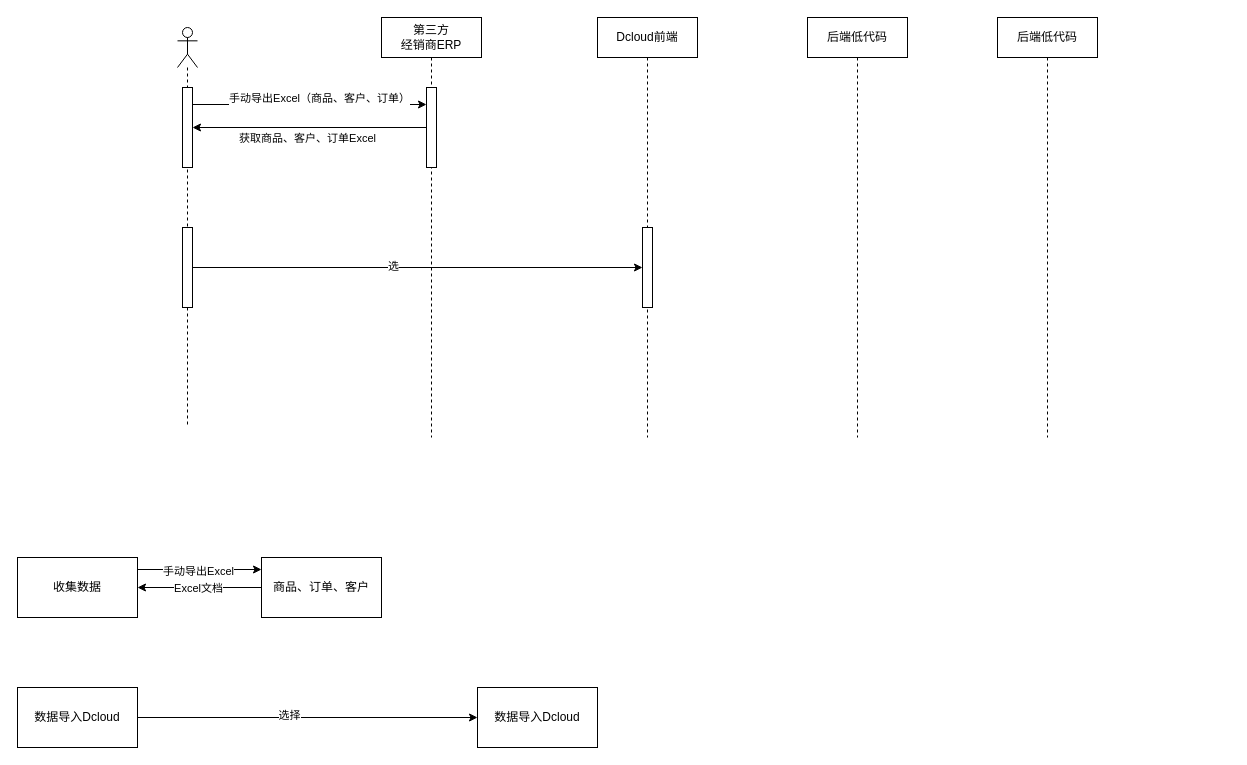
Earlier version of the draw.io diagram 【0409】经销商ERP数据导入.drawio (18857545022/-). Source tidied: cells renumbered, new cells numbered last; positions are measured from the earlier drawing's top-left corner, leaving out a move shared by most shapes. Both pictures are drawn from the tidied source at 100%, with x=0, y=0 at pixel (17, 17).
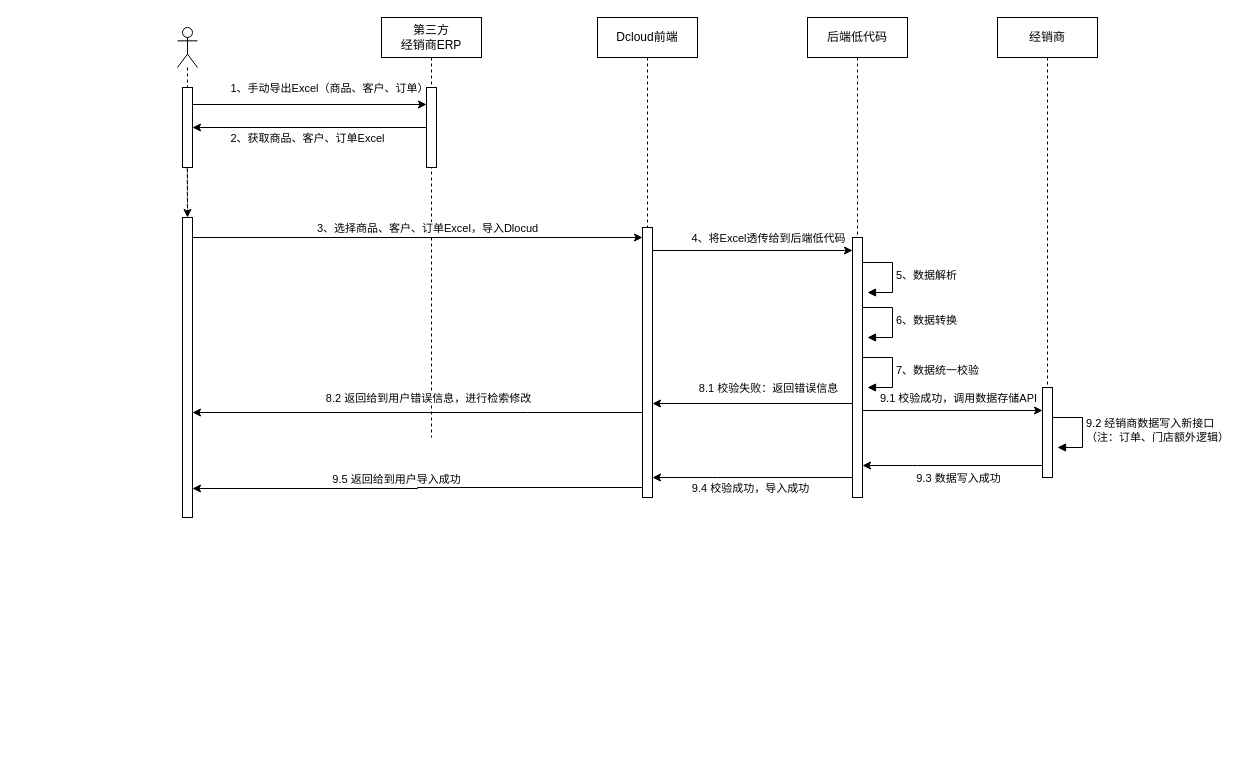
Above is the later version.

Commit message (it also covers changes not shown here):
更新【0409】经销商ERP数据导入.drawio

Unchanged cells that the change refers to:
```xml
<mxCell id="17" style="edgeStyle=orthogonalEdgeStyle;rounded=0;orthogonalLoop=1;jettySize=auto;html=1;curved=0;" parent="1" edge="1">
  <mxGeometry relative="1" as="geometry">
    <mxPoint x="175" y="87" as="sourcePoint" />
    <mxPoint x="409" y="87" as="targetPoint" />
  </mxGeometry>
</mxCell>
<mxCell id="20" style="edgeStyle=orthogonalEdgeStyle;rounded=0;jettySize=auto;html=1;curved=0;" parent="1" edge="1" source="22" target="19">
  <mxGeometry relative="1" as="geometry" />
</mxCell>
```

What changed in the source:
```diff
@@
-    <mxCell id="5" style="edgeStyle=orthogonalEdgeStyle;rounded=0;orthogonalLoop=1;jettySize=auto;html=1;" parent="1" edge="1">
-      <mxGeometry relative="1" as="geometry">
-        <mxPoint x="120" y="552" as="sourcePoint" />
-        <mxPoint x="244" y="552" as="targetPoint" />
-      </mxGeometry>
-    </mxCell>
-    <mxCell id="6" value="手动导出Excel" style="edgeLabel;html=1;align=center;verticalAlign=middle;" parent="5" vertex="1">
-      <mxGeometry x="-0.21" y="-1" relative="1" as="geometry">
-        <mxPoint x="11" as="offset" />
-      </mxGeometry>
-    </mxCell>
-    <mxCell id="7" value="收集数据" style="rounded=0;whiteSpace=wrap;html=1;" parent="1" vertex="1">
-      <mxGeometry y="540" width="120" height="60" as="geometry" />
-    </mxCell>
-    <mxCell id="8" style="edgeStyle=orthogonalEdgeStyle;rounded=0;jettySize=auto;html=1;exitX=0;exitY=0.5;exitDx=0;exitDy=0;entryX=1;entryY=0.5;entryDx=0;entryDy=0;" parent="1" edge="1" source="10" target="7">
-      <mxGeometry relative="1" as="geometry" />
-    </mxCell>
-    <mxCell id="9" value="Excel文档" style="edgeLabel;html=1;align=center;verticalAlign=middle;" parent="8" vertex="1">
-      <mxGeometry x="0.38" y="1" relative="1" as="geometry">
-        <mxPoint x="22" y="-1" as="offset" />
-      </mxGeometry>
-    </mxCell>
-    <mxCell id="10" value="商品、订单、客户" style="rounded=0;whiteSpace=wrap;html=1;" parent="1" vertex="1">
-      <mxGeometry x="244" y="540" width="120" height="60" as="geometry" />
-    </mxCell>
-    <mxCell id="11" style="edgeStyle=orthogonalEdgeStyle;rounded=0;jettySize=auto;html=1;" parent="1" edge="1" source="13" target="16">
-      <mxGeometry relative="1" as="geometry" />
-    </mxCell>
-    <mxCell id="12" value="选择" style="edgeLabel;html=1;align=center;verticalAlign=middle;" parent="11" vertex="1">
-      <mxGeometry x="-0.11" y="3" relative="1" as="geometry" />
-    </mxCell>
-    <mxCell id="13" value="数据导入Dcloud" style="rounded=0;whiteSpace=wrap;html=1;" parent="1" vertex="1">
-      <mxGeometry y="670" width="120" height="60" as="geometry" />
-    </mxCell>
@@
-    <mxCell id="15" value="后端低代码" style="shape=umlLifeline;perimeter=lifelinePerimeter;whiteSpace=wrap;html=1;newEdgeStyle={&quot;curved&quot;:0,&quot;rounded&quot;:0};" parent="1" vertex="1">
+    <mxCell id="15" value="经销商" style="shape=umlLifeline;perimeter=lifelinePerimeter;whiteSpace=wrap;html=1;newEdgeStyle={&quot;curved&quot;:0,&quot;rounded&quot;:0};" parent="1" vertex="1">
       <mxGeometry x="980" width="100" height="420" as="geometry" />
     </mxCell>
-    <mxCell id="16" value="数据导入Dcloud" style="rounded=0;whiteSpace=wrap;html=1;" parent="1" vertex="1">
-      <mxGeometry x="460" y="670" width="120" height="60" as="geometry" />
-    </mxCell>
@@
-    <mxCell id="18" value="手动导出Excel（商品、客户、订单）" style="edgeLabel;html=1;align=center;verticalAlign=middle;" parent="17" vertex="1">
+    <mxCell id="18" value="1、手动导出Excel（商品、客户、订单）" style="edgeLabel;html=1;align=center;verticalAlign=middle;" parent="17" vertex="1">
       <mxGeometry x="-0.18" y="-2" relative="1" as="geometry">
-        <mxPoint x="30" y="-9" as="offset" />
+        <mxPoint x="40" y="-19" as="offset" />
       </mxGeometry>
     </mxCell>
@@
-    <mxCell id="21" value="获取商品、客户、订单Excel" style="edgeLabel;html=1;align=center;verticalAlign=middle;" parent="20" vertex="1">
+    <mxCell id="21" value="2、获取商品、客户、订单Excel" style="edgeLabel;html=1;align=center;verticalAlign=middle;" parent="20" vertex="1">
       <mxGeometry x="0.39" y="-1" relative="1" as="geometry">
         <mxPoint x="43" y="11" as="offset" />
       </mxGeometry>
     </mxCell>
@@
-    <mxCell id="23" style="edgeStyle=orthogonalEdgeStyle;rounded=0;jettySize=auto;html=1;curved=0;" parent="1" edge="1" source="25" target="26">
-      <mxGeometry relative="1" as="geometry" />
+    <mxCell id="23" style="edgeStyle=orthogonalEdgeStyle;rounded=0;orthogonalLoop=1;jettySize=auto;html=1;curved=0;" parent="1" edge="1">
+      <mxGeometry relative="1" as="geometry">
+        <mxPoint x="175" y="220" as="sourcePoint" />
+        <mxPoint x="625" y="220" as="targetPoint" />
+      </mxGeometry>
     </mxCell>
-    <mxCell id="24" value="选" style="edgeLabel;html=1;align=center;verticalAlign=middle;" parent="23" vertex="1">
-      <mxGeometry x="-0.11" y="2" relative="1" as="geometry" />
-    </mxCell>
-    <mxCell id="25" style="html=1;points=[[0,0,0,0,5],[0,1,0,0,-5],[1,0,0,0,5],[1,1,0,0,-5]];perimeter=orthogonalPerimeter;outlineConnect=0;targetShapes=umlLifeline;portConstraint=eastwest;newEdgeStyle={&quot;curved&quot;:0,&quot;rounded&quot;:0};" parent="1" vertex="1">
-      <mxGeometry x="165" y="210" width="10" height="80" as="geometry" />
-    </mxCell>
+    <mxCell id="27" value="3、选择商品、客户、订单Excel，导入Dlocud" style="edgeLabel;html=1;align=center;verticalAlign=middle;" parent="23" vertex="1">
+      <mxGeometry x="-0.01" y="4" relative="1" as="geometry">
+        <mxPoint x="11" y="-6" as="offset" />
+      </mxGeometry>
+    </mxCell>
+    <mxCell id="28" style="edgeStyle=orthogonalEdgeStyle;rounded=0;orthogonalLoop=1;jettySize=auto;html=1;curved=0;" parent="1" edge="1">
+      <mxGeometry relative="1" as="geometry">
+        <mxPoint x="635" y="233" as="sourcePoint" />
+        <mxPoint x="835" y="233" as="targetPoint" />
+      </mxGeometry>
+    </mxCell>
+    <mxCell id="29" value="4、将Excel透传给到后端低代码" style="edgeLabel;html=1;align=center;verticalAlign=middle;" parent="28" vertex="1">
+      <mxGeometry x="-0.2" y="4" relative="1" as="geometry">
+        <mxPoint x="35" y="-9" as="offset" />
+      </mxGeometry>
+    </mxCell>
+    <mxCell id="30" style="edgeStyle=orthogonalEdgeStyle;rounded=0;jettySize=auto;html=1;curved=0;" parent="1" edge="1" target="42">
+      <mxGeometry relative="1" as="geometry">
+        <mxPoint x="625" y="470" as="sourcePoint" />
+        <Array as="points">
+          <mxPoint x="400" y="471" />
+        </Array>
+      </mxGeometry>
+    </mxCell>
+    <mxCell id="31" value="9.5 返回给到用户导入成功" style="edgeLabel;html=1;align=center;verticalAlign=middle;" parent="30" vertex="1">
+      <mxGeometry x="0.24" y="-1" relative="1" as="geometry">
+        <mxPoint x="32" y="-9" as="offset" />
+      </mxGeometry>
+    </mxCell>
     <mxCell id="26" style="html=1;points=[[0,0,0,0,5],[0,1,0,0,-5],[1,0,0,0,5],[1,1,0,0,-5]];perimeter=orthogonalPerimeter;outlineConnect=0;targetShapes=umlLifeline;portConstraint=eastwest;newEdgeStyle={&quot;curved&quot;:0,&quot;rounded&quot;:0};" parent="1" vertex="1">
-      <mxGeometry x="625" y="210" width="10" height="80" as="geometry" />
+      <mxGeometry x="625" y="210" width="10" height="270" as="geometry" />
     </mxCell>
+    <mxCell id="32" style="edgeStyle=orthogonalEdgeStyle;rounded=0;orthogonalLoop=1;jettySize=auto;html=1;curved=0;" parent="1" edge="1">
+      <mxGeometry relative="1" as="geometry">
+        <mxPoint x="835" y="386" as="sourcePoint" />
+        <mxPoint x="635" y="386" as="targetPoint" />
+      </mxGeometry>
+    </mxCell>
+    <mxCell id="33" value="8.1 校验失败：返回错误信息" style="edgeLabel;html=1;align=center;verticalAlign=middle;" parent="32" vertex="1">
+      <mxGeometry x="0.2" y="2" relative="1" as="geometry">
+        <mxPoint x="35" y="-18" as="offset" />
+      </mxGeometry>
+    </mxCell>
+    <mxCell id="34" style="edgeStyle=orthogonalEdgeStyle;rounded=0;orthogonalLoop=1;jettySize=auto;html=1;curved=0;" parent="1" edge="1">
+      <mxGeometry relative="1" as="geometry">
+        <mxPoint x="845" y="393" as="sourcePoint" />
+        <mxPoint x="1025" y="393" as="targetPoint" />
+      </mxGeometry>
+    </mxCell>
+    <mxCell id="35" value="9.1 校验成功，调用数据存储API" style="edgeLabel;html=1;align=center;verticalAlign=middle;" parent="34" vertex="1">
+      <mxGeometry x="-0.29" y="-1" relative="1" as="geometry">
+        <mxPoint x="31" y="-14" as="offset" />
+      </mxGeometry>
+    </mxCell>
+    <mxCell id="36" style="edgeStyle=orthogonalEdgeStyle;rounded=0;jettySize=auto;html=1;curved=0;" parent="1" edge="1" source="38" target="26">
+      <mxGeometry relative="1" as="geometry">
+        <Array as="points">
+          <mxPoint x="700" y="460" />
+          <mxPoint x="700" y="460" />
+        </Array>
+      </mxGeometry>
+    </mxCell>
+    <mxCell id="37" value="9.4 校验成功，导入成功" style="edgeLabel;html=1;align=center;verticalAlign=middle;" parent="36" vertex="1">
+      <mxGeometry x="0.03" y="-3" relative="1" as="geometry">
+        <mxPoint y="13" as="offset" />
+      </mxGeometry>
+    </mxCell>
+    <mxCell id="38" style="html=1;points=[[0,0,0,0,5],[0,1,0,0,-5],[1,0,0,0,5],[1,1,0,0,-5]];perimeter=orthogonalPerimeter;outlineConnect=0;targetShapes=umlLifeline;portConstraint=eastwest;newEdgeStyle={&quot;curved&quot;:0,&quot;rounded&quot;:0};" parent="1" vertex="1">
+      <mxGeometry x="835" y="220" width="10" height="260" as="geometry" />
+    </mxCell>
+    <mxCell id="39" value="5、数据解析" style="html=1;align=left;spacingLeft=2;endArrow=block;rounded=0;edgeStyle=orthogonalEdgeStyle;curved=0;rounded=0;" parent="1" edge="1">
+      <mxGeometry x="0.02" relative="1" as="geometry">
+        <mxPoint x="845" y="245" as="sourcePoint" />
+        <mxPoint x="850" y="275" as="targetPoint" />
+        <Array as="points">
+          <mxPoint x="875" y="275" />
+        </Array>
+      </mxGeometry>
+    </mxCell>
+    <mxCell id="40" value="6、数据转换" style="html=1;align=left;spacingLeft=2;endArrow=block;rounded=0;edgeStyle=orthogonalEdgeStyle;curved=0;rounded=0;" parent="1" edge="1">
+      <mxGeometry x="0.01" relative="1" as="geometry">
+        <mxPoint x="845" y="290" as="sourcePoint" />
+        <mxPoint x="850" y="320" as="targetPoint" />
+        <Array as="points">
+          <mxPoint x="875" y="320" />
+        </Array>
+      </mxGeometry>
+    </mxCell>
+    <mxCell id="41" value="7、数据统一校验" style="html=1;align=left;spacingLeft=2;endArrow=block;rounded=0;edgeStyle=orthogonalEdgeStyle;curved=0;rounded=0;" parent="1" edge="1">
+      <mxGeometry x="0.01" relative="1" as="geometry">
+        <mxPoint x="845" y="340" as="sourcePoint" />
+        <mxPoint x="850" y="370" as="targetPoint" />
+        <Array as="points">
+          <mxPoint x="875" y="370" />
+        </Array>
+      </mxGeometry>
+    </mxCell>
+    <mxCell id="42" style="html=1;points=[[0,0,0,0,5],[0,1,0,0,-5],[1,0,0,0,5],[1,1,0,0,-5]];perimeter=orthogonalPerimeter;outlineConnect=0;targetShapes=umlLifeline;portConstraint=eastwest;newEdgeStyle={&quot;curved&quot;:0,&quot;rounded&quot;:0};" parent="1" vertex="1">
+      <mxGeometry x="165" y="200" width="10" height="300" as="geometry" />
+    </mxCell>
+    <mxCell id="43" style="edgeStyle=orthogonalEdgeStyle;rounded=0;jettySize=auto;html=1;curved=0;" parent="1" edge="1" source="26">
+      <mxGeometry relative="1" as="geometry">
+        <mxPoint x="175" y="395" as="targetPoint" />
+        <Array as="points">
+          <mxPoint x="510" y="395" />
+          <mxPoint x="510" y="395" />
+        </Array>
+      </mxGeometry>
+    </mxCell>
+    <mxCell id="44" value="8.2 返回给到用户错误信息，进行检索修改" style="edgeLabel;html=1;align=center;verticalAlign=middle;" parent="43" vertex="1">
+      <mxGeometry x="0.14" y="-3" relative="1" as="geometry">
+        <mxPoint x="42" y="-12" as="offset" />
+      </mxGeometry>
+    </mxCell>
+    <mxCell id="45" style="edgeStyle=orthogonalEdgeStyle;rounded=0;orthogonalLoop=1;jettySize=auto;html=1;curved=0;" parent="1" edge="1">
+      <mxGeometry relative="1" as="geometry">
+        <mxPoint x="1025" y="448" as="sourcePoint" />
+        <mxPoint x="845" y="448" as="targetPoint" />
+        <Array as="points">
+          <mxPoint x="900" y="448" />
+          <mxPoint x="900" y="448" />
+        </Array>
+      </mxGeometry>
+    </mxCell>
+    <mxCell id="46" value="9.3 数据写入成功" style="edgeLabel;html=1;align=center;verticalAlign=middle;" parent="45" vertex="1">
+      <mxGeometry x="0.21" y="3" relative="1" as="geometry">
+        <mxPoint x="24" y="9" as="offset" />
+      </mxGeometry>
+    </mxCell>
+    <mxCell id="47" style="html=1;perimeter=orthogonalPerimeter;targetShapes=umlLifeline;newEdgeStyle={&quot;curved&quot;:0,&quot;rounded&quot;:0};" parent="1" vertex="1">
+      <mxGeometry x="1025" y="370" width="10" height="90" as="geometry" />
+    </mxCell>
+    <mxCell id="48" value="9.2 经销商数据写入新接口&lt;br&gt;（注：订单、门店额外逻辑）" style="html=1;align=left;spacingLeft=2;endArrow=block;rounded=0;edgeStyle=orthogonalEdgeStyle;curved=0;rounded=0;" parent="1" edge="1">
+      <mxGeometry relative="1" as="geometry">
+        <mxPoint x="1035" y="400" as="sourcePoint" />
+        <mxPoint x="1040" y="430" as="targetPoint" />
+        <Array as="points">
+          <mxPoint x="1065" y="430" />
+        </Array>
+      </mxGeometry>
+    </mxCell>
+    <mxCell id="49" style="endArrow=classic;html=1;rounded=0;dashed=1;" parent="1" edge="1">
+      <mxGeometry relative="1" as="geometry">
+        <mxPoint x="169.7" y="150" as="sourcePoint" />
+        <mxPoint x="170" y="200" as="targetPoint" />
+      </mxGeometry>
+    </mxCell>
```
